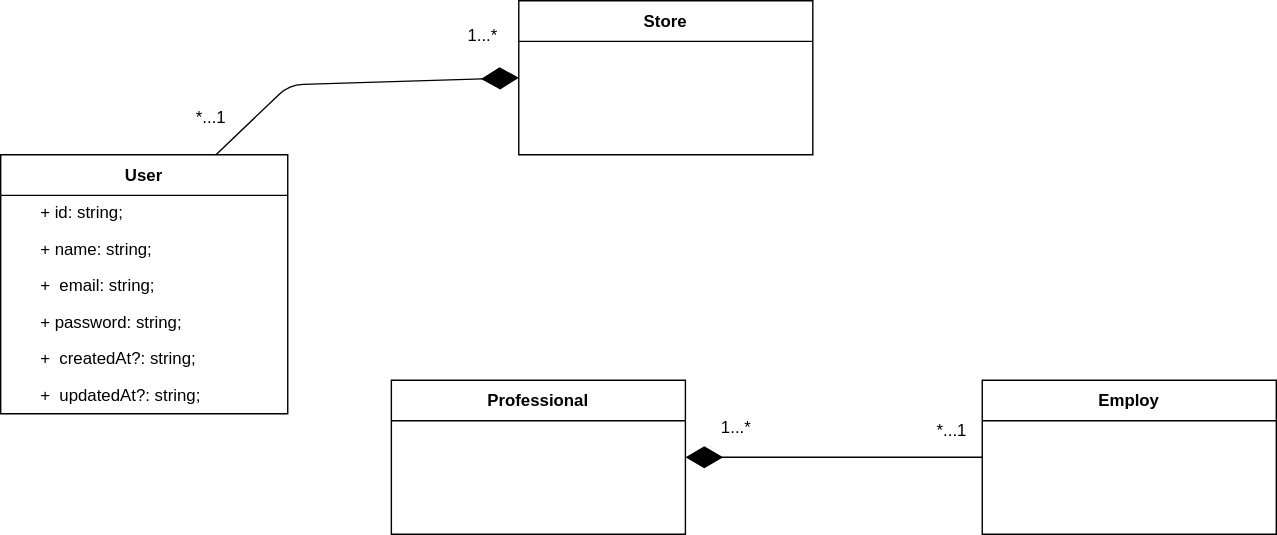
Above: org/diagrams/domain.svg in matheus-nicolau/beauty-fast (draw.io), before the change. Source tidied: cells renumbered, new cells last; positions are measured from the earlier drawing's top-left corner, leaving out a move shared by most shapes. The source it was exported from:
```xml
<mxGraphModel background="#ffffff">
  <root>
    <mxCell id="0" />
    <mxCell id="1" parent="0" />
    <mxCell id="2" value="Store" style="swimlane;fontStyle=1;align=center;verticalAlign=middle;horizontal=1;startSize=29;html=1;whiteSpace=wrap;" parent="1" vertex="1">
      <mxGeometry x="370" width="210" height="110" as="geometry" />
    </mxCell>
    <mxCell id="3" value="User" style="swimlane;fontStyle=1;align=center;verticalAlign=middle;horizontal=1;startSize=29;html=1;whiteSpace=wrap;" parent="1" vertex="1">
      <mxGeometry y="110" width="205" height="185" as="geometry" />
    </mxCell>
    <mxCell id="4" value="&lt;span style=&quot;white-space: pre;&quot;&gt;&#9;&lt;/span&gt;+&amp;nbsp;id: string;" style="text;html=1;align=left;verticalAlign=middle;strokeColor=none;fillColor=none;" parent="3" vertex="1">
      <mxGeometry y="29" width="205" height="26" as="geometry" />
    </mxCell>
    <mxCell id="5" value="&lt;span style=&quot;white-space: pre;&quot;&gt;&#9;&lt;/span&gt;+&amp;nbsp;name: string;" style="text;html=1;align=left;verticalAlign=middle;strokeColor=none;fillColor=none;" parent="3" vertex="1">
      <mxGeometry y="55" width="205" height="26" as="geometry" />
    </mxCell>
    <mxCell id="6" value="&lt;span style=&quot;white-space: pre;&quot;&gt;&#9;&lt;/span&gt;+&amp;nbsp; email: string;" style="text;html=1;align=left;verticalAlign=middle;strokeColor=none;fillColor=none;" parent="3" vertex="1">
      <mxGeometry y="81" width="205" height="26" as="geometry" />
    </mxCell>
    <mxCell id="7" value="&lt;span style=&quot;white-space: pre;&quot;&gt;&#9;&lt;/span&gt;+&amp;nbsp;password: string;" style="text;html=1;align=left;verticalAlign=middle;strokeColor=none;fillColor=none;" parent="3" vertex="1">
      <mxGeometry y="107" width="205" height="26" as="geometry" />
    </mxCell>
    <mxCell id="8" value="&lt;span style=&quot;white-space: pre;&quot;&gt;&#9;&lt;/span&gt;+&amp;nbsp; createdAt?: string;" style="text;html=1;align=left;verticalAlign=middle;strokeColor=none;fillColor=none;" parent="3" vertex="1">
      <mxGeometry y="133" width="205" height="26" as="geometry" />
    </mxCell>
    <mxCell id="9" value="&lt;span style=&quot;white-space: pre;&quot;&gt;&#9;&lt;/span&gt;+&amp;nbsp; updatedAt?: string;" style="text;html=1;align=left;verticalAlign=middle;strokeColor=none;fillColor=none;" parent="3" vertex="1">
      <mxGeometry y="159" width="205" height="26" as="geometry" />
    </mxCell>
    <mxCell id="10" style="endArrow=diamondThin;endFill=1;endSize=24;html=1;entryX=0;entryY=0.5;entryDx=0;entryDy=0;exitX=0.75;exitY=0;exitDx=0;exitDy=0;" parent="1" edge="1" source="3" target="2">
      <mxGeometry relative="1" as="geometry">
        <Array as="points">
          <mxPoint x="206" y="60" />
        </Array>
      </mxGeometry>
    </mxCell>
    <mxCell id="11" value="*...1" style="text;html=1;align=center;verticalAlign=middle;strokeColor=none;fillColor=none;" parent="1" vertex="1">
      <mxGeometry x="130" y="69" width="40" height="30" as="geometry" />
    </mxCell>
    <mxCell id="12" value="1...*" style="text;html=1;align=center;verticalAlign=middle;strokeColor=none;fillColor=none;" parent="1" vertex="1">
      <mxGeometry x="324" y="10" width="40" height="30" as="geometry" />
    </mxCell>
    <mxCell id="13" value="Professional" style="swimlane;fontStyle=1;align=center;verticalAlign=middle;horizontal=1;startSize=29;html=1;whiteSpace=wrap;" parent="1" vertex="1">
      <mxGeometry x="279" y="271" width="210" height="110" as="geometry" />
    </mxCell>
    <mxCell id="14" value="Employ" style="swimlane;fontStyle=1;align=center;verticalAlign=middle;horizontal=1;startSize=29;html=1;whiteSpace=wrap;" parent="1" vertex="1">
      <mxGeometry x="701" y="271" width="210" height="110" as="geometry" />
    </mxCell>
    <mxCell id="15" style="endArrow=diamondThin;endFill=1;endSize=24;html=1;entryX=1;entryY=0.5;entryDx=0;entryDy=0;exitX=0;exitY=0.5;exitDx=0;exitDy=0;" parent="1" edge="1" source="14" target="13">
      <mxGeometry relative="1" as="geometry" />
    </mxCell>
    <mxCell id="16" value="*...1" style="text;html=1;align=center;verticalAlign=middle;strokeColor=none;fillColor=none;" parent="1" vertex="1">
      <mxGeometry x="659" y="292" width="40" height="30" as="geometry" />
    </mxCell>
    <mxCell id="17" value="1...*" style="text;html=1;align=center;verticalAlign=middle;strokeColor=none;fillColor=none;" parent="1" vertex="1">
      <mxGeometry x="505" y="292" width="39" height="26" as="geometry" />
    </mxCell>
  </root>
</mxGraphModel>
```
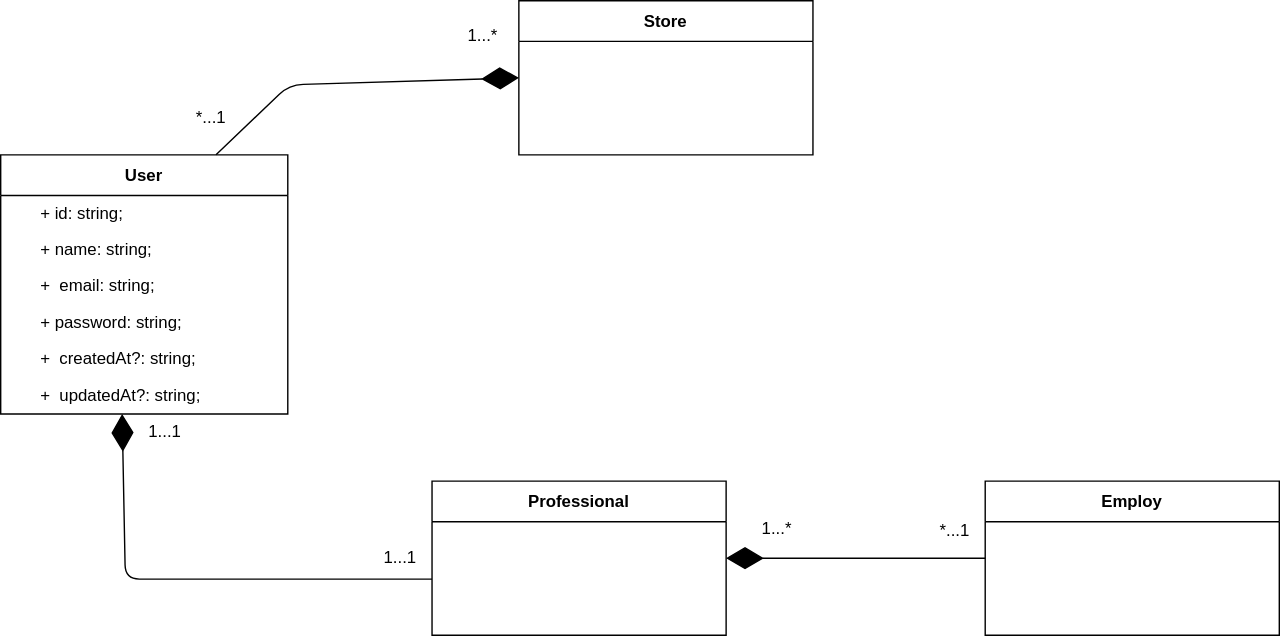
Later version of the same file.

Change to the diagram source:
```diff
@@ -40,19 +40,34 @@
       <mxGeometry x="324" y="10" width="40" height="30" as="geometry" />
     </mxCell>
     <mxCell id="13" value="Professional" style="swimlane;fontStyle=1;align=center;verticalAlign=middle;horizontal=1;startSize=29;html=1;whiteSpace=wrap;" parent="1" vertex="1">
-      <mxGeometry x="279" y="271" width="210" height="110" as="geometry" />
+      <mxGeometry x="308" y="343" width="210" height="110" as="geometry" />
     </mxCell>
     <mxCell id="14" value="Employ" style="swimlane;fontStyle=1;align=center;verticalAlign=middle;horizontal=1;startSize=29;html=1;whiteSpace=wrap;" parent="1" vertex="1">
-      <mxGeometry x="701" y="271" width="210" height="110" as="geometry" />
+      <mxGeometry x="703" y="343" width="210" height="110" as="geometry" />
     </mxCell>
     <mxCell id="15" style="endArrow=diamondThin;endFill=1;endSize=24;html=1;entryX=1;entryY=0.5;entryDx=0;entryDy=0;exitX=0;exitY=0.5;exitDx=0;exitDy=0;" parent="1" edge="1" source="14" target="13">
       <mxGeometry relative="1" as="geometry" />
     </mxCell>
     <mxCell id="16" value="*...1" style="text;html=1;align=center;verticalAlign=middle;strokeColor=none;fillColor=none;" parent="1" vertex="1">
-      <mxGeometry x="659" y="292" width="40" height="30" as="geometry" />
+      <mxGeometry x="661" y="364" width="40" height="30" as="geometry" />
     </mxCell>
     <mxCell id="17" value="1...*" style="text;html=1;align=center;verticalAlign=middle;strokeColor=none;fillColor=none;" parent="1" vertex="1">
-      <mxGeometry x="505" y="292" width="39" height="26" as="geometry" />
+      <mxGeometry x="534" y="364" width="39" height="26" as="geometry" />
     </mxCell>
+    <mxCell id="18" style="endArrow=diamondThin;endFill=1;endSize=24;html=1;entryX=0.423;entryY=0.887;entryDx=0;entryDy=0;exitX=0;exitY=0.5;exitDx=0;exitDy=0;entryPerimeter=0;" parent="1" edge="1">
+      <mxGeometry relative="1" as="geometry">
+        <mxPoint x="308" y="412.9" as="sourcePoint" />
+        <mxPoint x="86.7" y="295" as="targetPoint" />
+        <Array as="points">
+          <mxPoint x="89" y="412.9" />
+        </Array>
+      </mxGeometry>
+    </mxCell>
+    <mxCell id="19" value="1...1" style="text;html=1;align=center;verticalAlign=middle;strokeColor=none;fillColor=none;" parent="1" vertex="1">
+      <mxGeometry x="264" y="385" width="41" height="26" as="geometry" />
+    </mxCell>
+    <mxCell id="20" value="1...1" style="text;html=1;align=center;verticalAlign=middle;strokeColor=none;fillColor=none;" parent="1" vertex="1">
+      <mxGeometry x="96" y="295" width="41" height="26" as="geometry" />
+    </mxCell>
   </root>
 </mxGraphModel>
```
